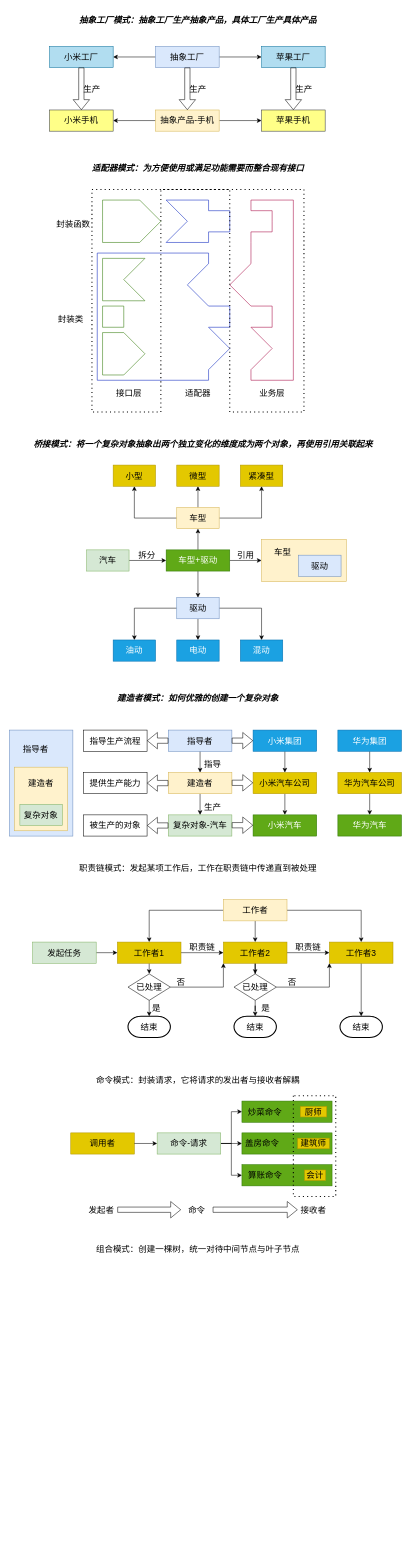
Before: Untitled Diagram.drawio in TengDK7/Diagram, a draw.io diagram. Source tidied: cells renumbered, new cells numbered last; positions are measured from the earlier drawing's top-left corner, leaving out a move shared by most shapes. Both pictures are drawn from the tidied source at 53%, with x=0, y=0 at pixel (9, 9).
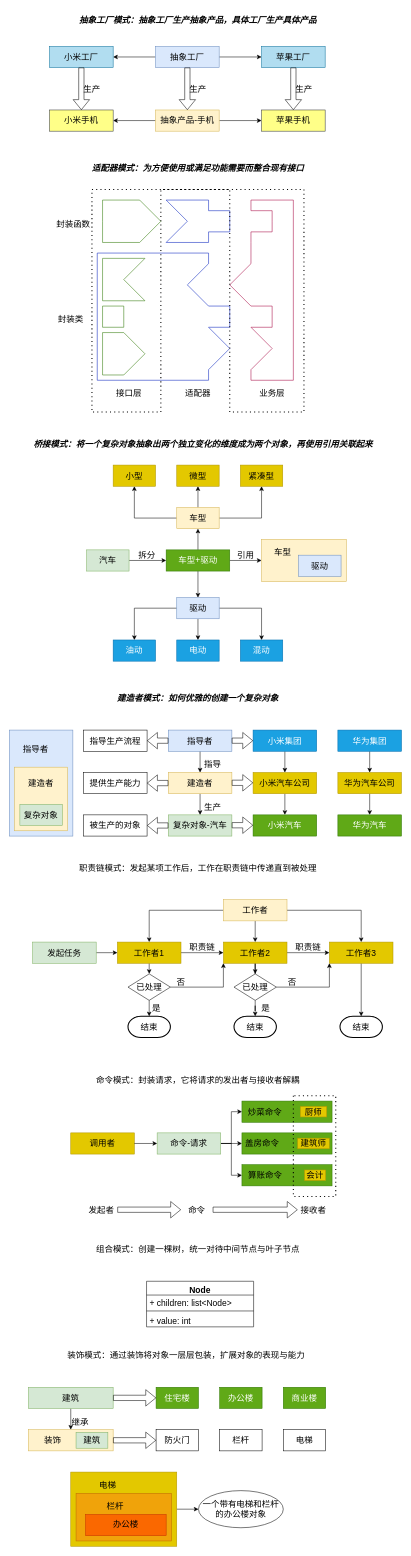
The same page after the edit.

Diff of the diagram source:
```diff
@@
+    <mxCell id="144" value="Node" style="swimlane;fontStyle=1;align=center;verticalAlign=top;horizontal=1;startSize=26;fontSize=16;" parent="1" vertex="1">
+      <mxGeometry x="259" y="2400" width="202" height="86" as="geometry" />
+    </mxCell>
+    <mxCell id="145" value="+ children: list&lt;Node&gt;" style="text;strokeColor=none;fillColor=none;align=left;verticalAlign=top;spacingLeft=4;spacingRight=4;overflow=hidden;fontSize=16;" parent="144" vertex="1">
+      <mxGeometry y="26" width="202" height="26" as="geometry" />
+    </mxCell>
+    <mxCell id="146" style="line;strokeWidth=1;fillColor=none;align=left;verticalAlign=middle;spacingTop=-1;spacingLeft=3;spacingRight=3;labelPosition=right;fontSize=16;" parent="144" vertex="1">
+      <mxGeometry y="52" width="202" height="8" as="geometry" />
+    </mxCell>
+    <mxCell id="147" value="+ value: int" style="text;strokeColor=none;fillColor=none;align=left;verticalAlign=top;spacingLeft=4;spacingRight=4;overflow=hidden;fontSize=16;" parent="144" vertex="1">
+      <mxGeometry y="60" width="202" height="26" as="geometry" />
+    </mxCell>
+    <mxCell id="148" value="装饰模式：通过装饰将对象一层层包装，扩展对象的表现与能力" style="text;html=1;strokeColor=none;fillColor=none;align=center;verticalAlign=middle;whiteSpace=wrap;rounded=0;fontSize=16;" parent="1" vertex="1">
+      <mxGeometry x="36" y="2520" width="596" height="40" as="geometry" />
+    </mxCell>
+    <mxCell id="149" style="rounded=0;whiteSpace=wrap;html=1;fontSize=16;fillColor=#fff2cc;strokeColor=#d6b656;" parent="1" vertex="1">
+      <mxGeometry x="36" y="2680" width="160" height="40" as="geometry" />
+    </mxCell>
+    <mxCell id="150" value="防火门" style="rounded=0;whiteSpace=wrap;html=1;fontSize=16;" parent="1" vertex="1">
+      <mxGeometry x="277" y="2680" width="80" height="40" as="geometry" />
+    </mxCell>
+    <mxCell id="151" value="栏杆" style="rounded=0;whiteSpace=wrap;html=1;fontSize=16;" parent="1" vertex="1">
+      <mxGeometry x="397" y="2680" width="80" height="40" as="geometry" />
+    </mxCell>
+    <mxCell id="152" value="电梯" style="rounded=0;whiteSpace=wrap;html=1;fontSize=16;" parent="1" vertex="1">
+      <mxGeometry x="517" y="2680" width="80" height="40" as="geometry" />
+    </mxCell>
+    <mxCell id="153" style="edgeStyle=orthogonalEdgeStyle;rounded=0;jettySize=auto;html=1;fontSize=16;" parent="1" edge="1" source="154" target="149">
+      <mxGeometry relative="1" as="geometry" />
+    </mxCell>
+    <mxCell id="154" value="建筑" style="rounded=0;whiteSpace=wrap;html=1;fontSize=16;fillColor=#d5e8d4;strokeColor=#82b366;" parent="1" vertex="1">
+      <mxGeometry x="36" y="2600" width="160" height="40" as="geometry" />
+    </mxCell>
+    <mxCell id="155" value="住宅楼" style="rounded=0;whiteSpace=wrap;html=1;fontSize=16;fillColor=#60a917;fontColor=#ffffff;strokeColor=#2D7600;" parent="1" vertex="1">
+      <mxGeometry x="277" y="2600" width="80" height="40" as="geometry" />
+    </mxCell>
+    <mxCell id="156" value="办公楼" style="rounded=0;whiteSpace=wrap;html=1;fontSize=16;fillColor=#60a917;fontColor=#ffffff;strokeColor=#2D7600;" parent="1" vertex="1">
+      <mxGeometry x="397" y="2600" width="80" height="40" as="geometry" />
+    </mxCell>
+    <mxCell id="157" value="商业楼" style="rounded=0;whiteSpace=wrap;html=1;fontSize=16;fillColor=#60a917;fontColor=#ffffff;strokeColor=#2D7600;" parent="1" vertex="1">
+      <mxGeometry x="517" y="2600" width="80" height="40" as="geometry" />
+    </mxCell>
+    <mxCell id="158" value="建筑" style="rounded=0;whiteSpace=wrap;html=1;fontSize=16;fillColor=#d5e8d4;strokeColor=#82b366;" parent="1" vertex="1">
+      <mxGeometry x="126" y="2685" width="60" height="30" as="geometry" />
+    </mxCell>
+    <mxCell id="159" value="装饰" style="text;html=1;strokeColor=none;fillColor=none;align=center;verticalAlign=middle;whiteSpace=wrap;rounded=0;fontSize=16;" parent="1" vertex="1">
+      <mxGeometry x="54" y="2690" width="56" height="20" as="geometry" />
+    </mxCell>
+    <mxCell id="160" value="继承" style="text;html=1;strokeColor=none;fillColor=none;align=center;verticalAlign=middle;whiteSpace=wrap;rounded=0;fontSize=16;" parent="1" vertex="1">
+      <mxGeometry x="104" y="2650" width="60" height="30" as="geometry" />
+    </mxCell>
+    <mxCell id="161" style="shape=flexArrow;endArrow=classic;html=1;rounded=0;fontSize=16;exitX=1;exitY=0.5;exitDx=0;exitDy=0;entryX=0;entryY=0.5;entryDx=0;entryDy=0;" parent="1" edge="1" source="154" target="155">
+      <mxGeometry relative="1" as="geometry" />
+    </mxCell>
+    <mxCell id="162" style="shape=flexArrow;endArrow=classic;html=1;rounded=0;fontSize=16;exitX=1;exitY=0.5;exitDx=0;exitDy=0;entryX=0;entryY=0.5;entryDx=0;entryDy=0;" parent="1" edge="1" source="149" target="150">
+      <mxGeometry relative="1" as="geometry" />
+    </mxCell>
+    <mxCell id="163" style="edgeStyle=orthogonalEdgeStyle;rounded=0;jettySize=auto;html=1;fontSize=16;" parent="1" edge="1" source="164" target="170">
+      <mxGeometry relative="1" as="geometry" />
+    </mxCell>
+    <mxCell id="164" style="rounded=0;whiteSpace=wrap;html=1;fontSize=16;fillColor=#e3c800;fontColor=#000000;strokeColor=#B09500;" parent="1" vertex="1">
+      <mxGeometry x="116" y="2760" width="200" height="140" as="geometry" />
+    </mxCell>
+    <mxCell id="165" style="rounded=0;whiteSpace=wrap;html=1;fontSize=16;fillColor=#f0a30a;fontColor=#000000;strokeColor=#BD7000;" parent="1" vertex="1">
+      <mxGeometry x="126" y="2800" width="180" height="90" as="geometry" />
+    </mxCell>
+    <mxCell id="166" style="rounded=0;whiteSpace=wrap;html=1;fontSize=16;fillColor=#fa6800;fontColor=#000000;strokeColor=#C73500;" parent="1" vertex="1">
+      <mxGeometry x="144" y="2840" width="152" height="40" as="geometry" />
+    </mxCell>
+    <mxCell id="167" value="电梯" style="text;html=1;strokeColor=none;fillColor=none;align=center;verticalAlign=middle;whiteSpace=wrap;rounded=0;fontSize=16;" parent="1" vertex="1">
+      <mxGeometry x="156" y="2770" width="60" height="30" as="geometry" />
+    </mxCell>
+    <mxCell id="168" value="栏杆" style="text;html=1;strokeColor=none;fillColor=none;align=center;verticalAlign=middle;whiteSpace=wrap;rounded=0;fontSize=16;" parent="1" vertex="1">
+      <mxGeometry x="170" y="2810" width="60" height="30" as="geometry" />
+    </mxCell>
+    <mxCell id="169" value="办公楼" style="text;html=1;strokeColor=none;fillColor=none;align=center;verticalAlign=middle;whiteSpace=wrap;rounded=0;fontSize=16;" parent="1" vertex="1">
+      <mxGeometry x="190" y="2843" width="60" height="30" as="geometry" />
+    </mxCell>
+    <mxCell id="170" value="&lt;span&gt;一个带有电梯和栏杆的办公楼对象&lt;/span&gt;" style="ellipse;whiteSpace=wrap;html=1;fontSize=16;rounded=0;" parent="1" vertex="1">
+      <mxGeometry x="357" y="2795" width="160" height="70" as="geometry" />
+    </mxCell>
```
